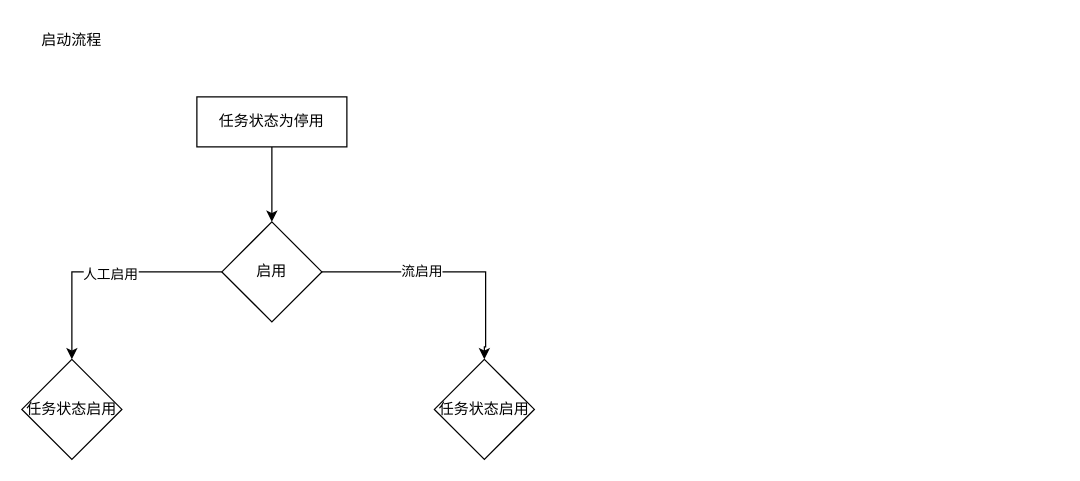
The draw.io diagram 未命名绘图.drawio in lingpengzhou/diagrams.io, before the edit. Source tidied: cells renumbered, new cells numbered last; positions are measured from the earlier drawing's top-left corner, leaving out a move shared by most shapes. Both pictures are drawn from the tidied source at 125%, with x=0, y=0 at pixel (21, 21).
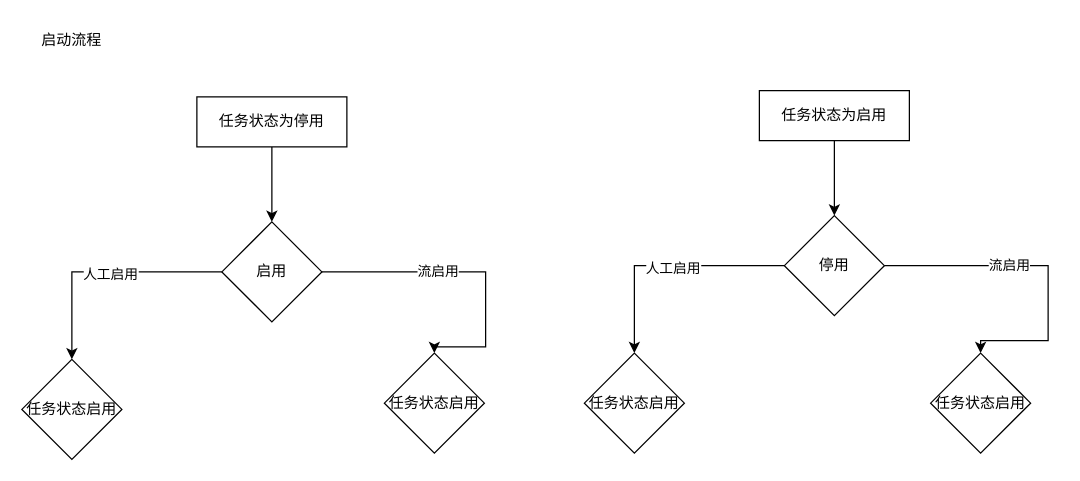
The same diagram, later.

Commit message (it also covers changes not shown here):
更新未命名绘图.drawio

Change to the diagram source:
```diff
@@
     <mxCell id="10" value="任务状态启用" style="rhombus;whiteSpace=wrap;html=1;rounded=0;" parent="1" vertex="1">
-      <mxGeometry x="330" y="270" width="80" height="80" as="geometry" />
+      <mxGeometry x="290" y="265" width="80" height="80" as="geometry" />
     </mxCell>
@@
+    <mxCell id="12" style="edgeStyle=orthogonalEdgeStyle;rounded=0;jettySize=auto;html=1;" parent="1" edge="1" source="13" target="18">
+      <mxGeometry relative="1" as="geometry" />
+    </mxCell>
+    <mxCell id="13" value="任务状态为启用" style="rounded=0;whiteSpace=wrap;html=1;" parent="1" vertex="1">
+      <mxGeometry x="590" y="55" width="120" height="40" as="geometry" />
+    </mxCell>
+    <mxCell id="14" style="edgeStyle=orthogonalEdgeStyle;rounded=0;jettySize=auto;html=1;entryX=0.5;entryY=0;entryDx=0;entryDy=0;" parent="1" edge="1" source="18" target="19">
+      <mxGeometry relative="1" as="geometry">
+        <Array as="points">
+          <mxPoint x="821" y="195" />
+          <mxPoint x="821" y="255" />
+        </Array>
+      </mxGeometry>
+    </mxCell>
+    <mxCell id="15" value="流启用" style="edgeLabel;html=1;align=center;verticalAlign=middle;" parent="14" vertex="1">
+      <mxGeometry x="-0.22" y="1" relative="1" as="geometry" />
+    </mxCell>
+    <mxCell id="16" style="edgeStyle=orthogonalEdgeStyle;rounded=0;jettySize=auto;html=1;exitX=0;exitY=0.5;exitDx=0;exitDy=0;" parent="1" edge="1" source="18" target="20">
+      <mxGeometry relative="1" as="geometry" />
+    </mxCell>
+    <mxCell id="17" value="人工启用" style="edgeLabel;html=1;align=center;verticalAlign=middle;" parent="16" vertex="1">
+      <mxGeometry x="-0.05" y="1" relative="1" as="geometry" />
+    </mxCell>
+    <mxCell id="18" value="停用" style="rhombus;whiteSpace=wrap;html=1;rounded=0;" parent="1" vertex="1">
+      <mxGeometry x="610" y="155" width="80" height="80" as="geometry" />
+    </mxCell>
+    <mxCell id="19" value="任务状态启用" style="rhombus;whiteSpace=wrap;html=1;rounded=0;" parent="1" vertex="1">
+      <mxGeometry x="727" y="265" width="80" height="80" as="geometry" />
+    </mxCell>
+    <mxCell id="20" value="任务状态启用" style="rhombus;whiteSpace=wrap;html=1;rounded=0;" parent="1" vertex="1">
+      <mxGeometry x="450" y="265" width="80" height="80" as="geometry" />
+    </mxCell>
```
